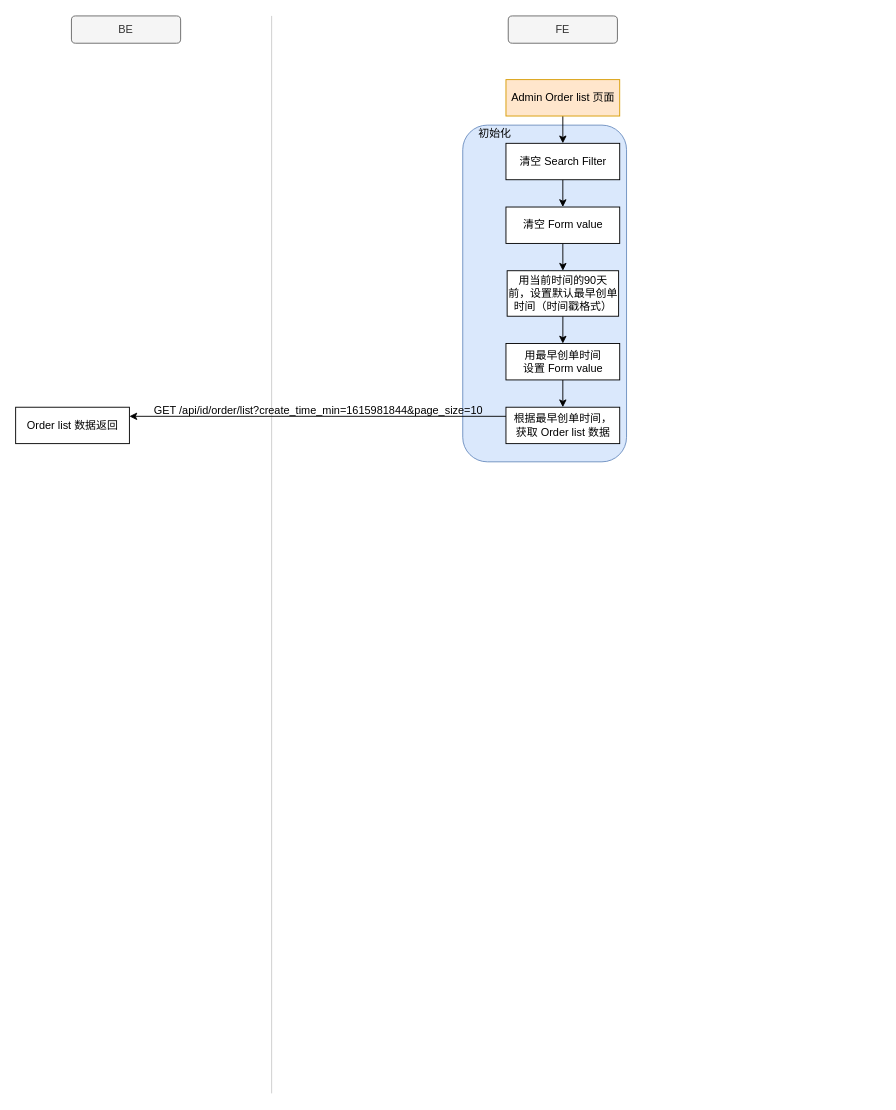
Above: page "order" (1 of 2) of Admin/admin.drawio in junhong2021/Hotel- (draw.io), before the change. Source tidied: cells renumbered, new cells numbered last; positions are measured from the earlier drawing's top-left corner, leaving out a move shared by most shapes. Both pictures are drawn from the tidied source at 91%, with x=0, y=0 at pixel (15, 15).
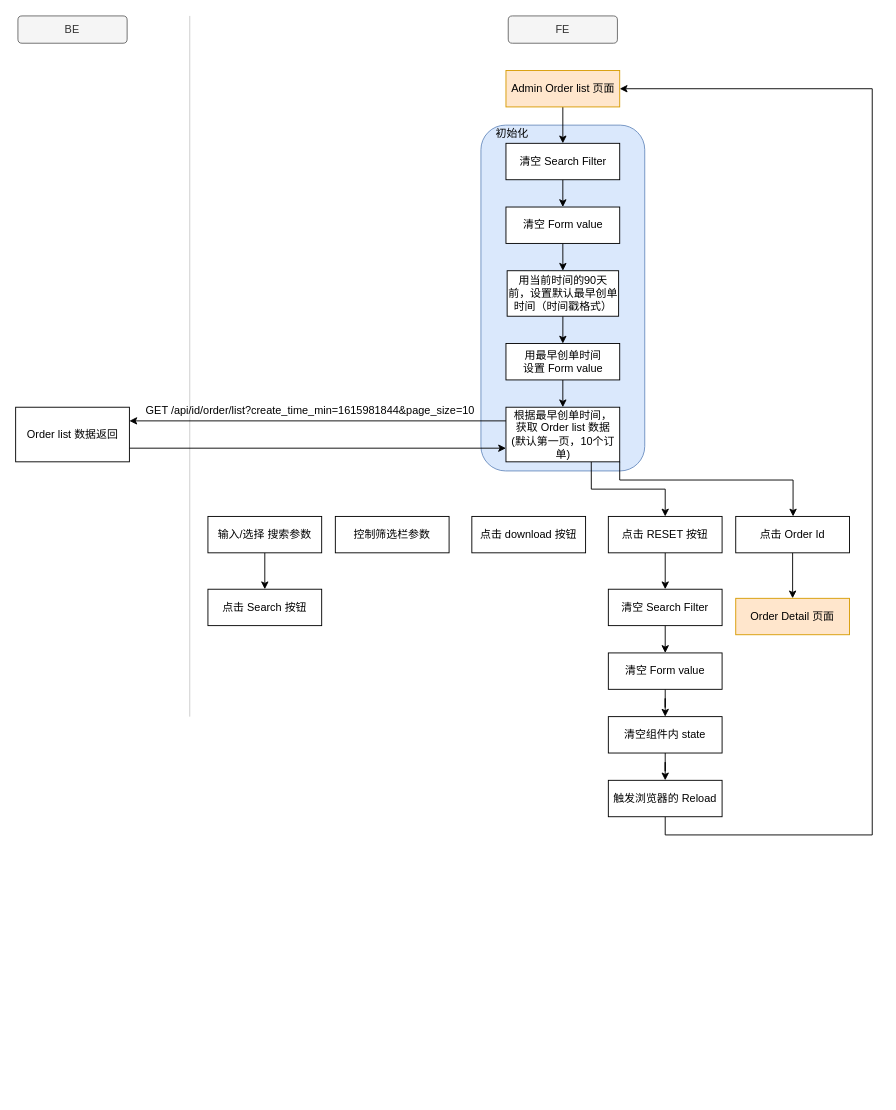
Above is the later version.

Change to the diagram source:
```diff
@@
     <mxCell id="2" style="rounded=1;whiteSpace=wrap;html=1;fillColor=#dae8fc;strokeColor=#6c8ebf;" parent="1" vertex="1">
-      <mxGeometry x="491" y="120" width="180" height="370" as="geometry" />
+      <mxGeometry x="511" y="120" width="180" height="380" as="geometry" />
     </mxCell>
     <mxCell id="3" style="endArrow=none;html=1;strokeColor=#CCCCCC;startArrow=none;" parent="1" edge="1">
       <mxGeometry relative="1" as="geometry">
-        <mxPoint x="281" y="1184" as="sourcePoint" />
-        <mxPoint x="281" as="targetPoint" />
+        <mxPoint x="191" y="770" as="sourcePoint" />
+        <mxPoint x="191" as="targetPoint" />
       </mxGeometry>
     </mxCell>
@@
     <mxCell id="5" value="Admin Order list 页面" style="rounded=0;whiteSpace=wrap;html=1;fillColor=#ffe6cc;strokeColor=#d79b00;" parent="1" vertex="1">
-      <mxGeometry x="538.5" y="70" width="125" height="40" as="geometry" />
+      <mxGeometry x="538.5" y="60" width="125" height="40" as="geometry" />
     </mxCell>
     <mxCell id="6" value="BE" style="rounded=1;whiteSpace=wrap;html=1;fillColor=#f5f5f5;strokeColor=#666666;fontColor=#333333;" parent="1" vertex="1">
-      <mxGeometry x="61" width="120" height="30" as="geometry" />
+      <mxGeometry x="2.2" width="120" height="30" as="geometry" />
     </mxCell>
@@
+    <mxCell id="21" style="edgeStyle=orthogonalEdgeStyle;rounded=0;jettySize=auto;html=1;exitX=1;exitY=0.75;exitDx=0;exitDy=0;entryX=0;entryY=0.75;entryDx=0;entryDy=0;" parent="1" edge="1" source="8" target="16">
+      <mxGeometry relative="1" as="geometry" />
+    </mxCell>
     <mxCell id="8" value="Order list 数据返回&lt;br&gt;" style="rounded=0;whiteSpace=wrap;html=1;" parent="1" vertex="1">
-      <mxGeometry x="-0.3" y="430" width="125" height="40" as="geometry" />
+      <mxGeometry x="-0.3" y="430" width="125" height="60" as="geometry" />
     </mxCell>
@@
+    <mxCell id="22" style="edgeStyle=orthogonalEdgeStyle;rounded=0;jettySize=auto;html=1;exitX=0.75;exitY=1;exitDx=0;exitDy=0;" parent="1" edge="1" source="16" target="28">
+      <mxGeometry relative="1" as="geometry" />
+    </mxCell>
+    <mxCell id="23" style="edgeStyle=orthogonalEdgeStyle;rounded=0;jettySize=auto;html=1;exitX=1;exitY=1;exitDx=0;exitDy=0;" parent="1" edge="1" source="16" target="31">
+      <mxGeometry relative="1" as="geometry">
+        <Array as="points">
+          <mxPoint x="664" y="510" />
+          <mxPoint x="854" y="510" />
+        </Array>
+      </mxGeometry>
+    </mxCell>
-    <mxCell id="16" value="根据最早创单时间，&lt;br&gt;获取 Order list 数据" style="rounded=0;whiteSpace=wrap;html=1;" parent="1" vertex="1">
-      <mxGeometry x="538.5" y="430" width="125" height="40" as="geometry" />
+    <mxCell id="16" value="根据最早创单时间，&lt;br&gt;获取 Order list 数据&lt;br&gt;(默认第一页，10个订单)" style="rounded=0;whiteSpace=wrap;html=1;" parent="1" vertex="1">
+      <mxGeometry x="538.5" y="430" width="125" height="60" as="geometry" />
     </mxCell>
@@
     <mxCell id="19" value="GET /api/id/order/list?create_time_min=1615981844&amp;amp;page_size=10" style="text;whiteSpace=wrap;html=1;" parent="1" vertex="1">
-      <mxGeometry x="149.8" y="420" width="370" height="30" as="geometry" />
+      <mxGeometry x="141" y="420" width="370" height="30" as="geometry" />
     </mxCell>
     <mxCell id="20" value="初始化" style="text;html=1;align=center;verticalAlign=middle;strokeColor=none;" parent="1" vertex="1">
-      <mxGeometry x="501" y="120" width="50" height="20" as="geometry" />
+      <mxGeometry x="519.8" y="120" width="50" height="20" as="geometry" />
     </mxCell>
+    <mxCell id="24" style="edgeStyle=orthogonalEdgeStyle;rounded=0;jettySize=auto;html=1;exitX=0.5;exitY=1;exitDx=0;exitDy=0;" parent="1" edge="1" source="25" target="26">
+      <mxGeometry relative="1" as="geometry" />
+    </mxCell>
+    <mxCell id="25" value="输入/选择 搜索参数" style="rounded=0;whiteSpace=wrap;html=1;" parent="1" vertex="1">
+      <mxGeometry x="211" y="550" width="125" height="40" as="geometry" />
+    </mxCell>
+    <mxCell id="26" value="点击 Search 按钮" style="rounded=0;whiteSpace=wrap;html=1;" parent="1" vertex="1">
+      <mxGeometry x="211" y="630" width="125" height="40" as="geometry" />
+    </mxCell>
+    <mxCell id="27" style="edgeStyle=orthogonalEdgeStyle;rounded=0;jettySize=auto;html=1;exitX=0.5;exitY=1;exitDx=0;exitDy=0;entryX=0.5;entryY=0;entryDx=0;entryDy=0;" parent="1" edge="1" source="28" target="35">
+      <mxGeometry relative="1" as="geometry" />
+    </mxCell>
+    <mxCell id="28" value="点击 RESET 按钮" style="rounded=0;whiteSpace=wrap;html=1;" parent="1" vertex="1">
+      <mxGeometry x="651" y="550" width="125" height="40" as="geometry" />
+    </mxCell>
+    <mxCell id="29" value="点击 download 按钮" style="rounded=0;whiteSpace=wrap;html=1;" parent="1" vertex="1">
+      <mxGeometry x="501" y="550" width="125" height="40" as="geometry" />
+    </mxCell>
+    <mxCell id="30" style="edgeStyle=orthogonalEdgeStyle;rounded=0;jettySize=auto;html=1;exitX=0.5;exitY=1;exitDx=0;exitDy=0;" parent="1" edge="1" source="31" target="33">
+      <mxGeometry relative="1" as="geometry" />
+    </mxCell>
+    <mxCell id="31" value="点击 Order Id" style="rounded=0;whiteSpace=wrap;html=1;" parent="1" vertex="1">
+      <mxGeometry x="791" y="550" width="125" height="40" as="geometry" />
+    </mxCell>
+    <mxCell id="32" value="控制筛选栏参数" style="rounded=0;whiteSpace=wrap;html=1;" parent="1" vertex="1">
+      <mxGeometry x="351" y="550" width="125" height="40" as="geometry" />
+    </mxCell>
+    <mxCell id="33" value="Order Detail 页面" style="rounded=0;whiteSpace=wrap;html=1;fillColor=#ffe6cc;strokeColor=#d79b00;" parent="1" vertex="1">
+      <mxGeometry x="791" y="640" width="125" height="40" as="geometry" />
+    </mxCell>
+    <mxCell id="34" style="edgeStyle=orthogonalEdgeStyle;rounded=0;jettySize=auto;html=1;exitX=0.5;exitY=1;exitDx=0;exitDy=0;entryX=0.5;entryY=0;entryDx=0;entryDy=0;" parent="1" edge="1" source="35" target="37">
+      <mxGeometry relative="1" as="geometry" />
+    </mxCell>
+    <mxCell id="35" value="清空 Search Filter" style="rounded=0;whiteSpace=wrap;html=1;" parent="1" vertex="1">
+      <mxGeometry x="651" y="630" width="125" height="40" as="geometry" />
+    </mxCell>
+    <mxCell id="36" style="edgeStyle=orthogonalEdgeStyle;rounded=0;jettySize=auto;html=1;exitX=0.5;exitY=1;exitDx=0;exitDy=0;" parent="1" edge="1" source="37" target="41">
+      <mxGeometry relative="1" as="geometry" />
+    </mxCell>
+    <mxCell id="37" value="清空 Form value" style="rounded=0;whiteSpace=wrap;html=1;" parent="1" vertex="1">
+      <mxGeometry x="651" y="700" width="125" height="40" as="geometry" />
+    </mxCell>
+    <mxCell id="38" style="edgeStyle=orthogonalEdgeStyle;rounded=0;jettySize=auto;html=1;exitX=0.5;exitY=1;exitDx=0;exitDy=0;entryX=1;entryY=0.5;entryDx=0;entryDy=0;" parent="1" edge="1" source="39" target="5">
+      <mxGeometry relative="1" as="geometry">
+        <Array as="points">
+          <mxPoint x="714" y="900" />
+          <mxPoint x="941" y="900" />
+          <mxPoint x="941" y="80" />
+        </Array>
+      </mxGeometry>
+    </mxCell>
+    <mxCell id="39" value="触发浏览器的 Reload" style="rounded=0;whiteSpace=wrap;html=1;" parent="1" vertex="1">
+      <mxGeometry x="651" y="840" width="125" height="40" as="geometry" />
+    </mxCell>
+    <mxCell id="40" style="edgeStyle=orthogonalEdgeStyle;rounded=0;jettySize=auto;html=1;exitX=0.5;exitY=1;exitDx=0;exitDy=0;" parent="1" edge="1" source="41" target="39">
+      <mxGeometry relative="1" as="geometry" />
+    </mxCell>
+    <mxCell id="41" value="清空组件内 state" style="rounded=0;whiteSpace=wrap;html=1;" parent="1" vertex="1">
+      <mxGeometry x="651" y="770" width="125" height="40" as="geometry" />
+    </mxCell>
```
